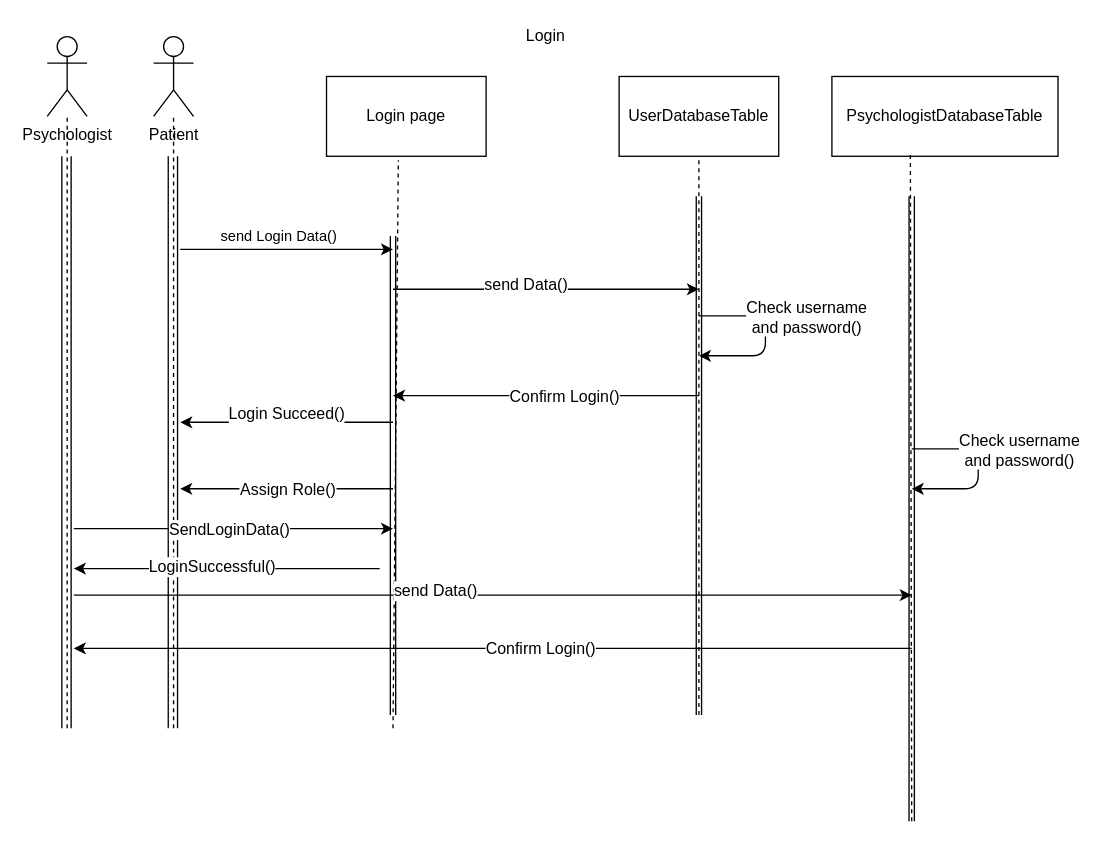
Before: Sequence Diagram/UserLoginSD.drawio in mohammadamir98/Sama_sw1, a draw.io diagram. Source tidied: cells renumbered, new cells numbered last; positions are measured from the earlier drawing's top-left corner, leaving out a move shared by most shapes. Both pictures are drawn from the tidied source at 133%, with x=0, y=0 at pixel (47, 23).
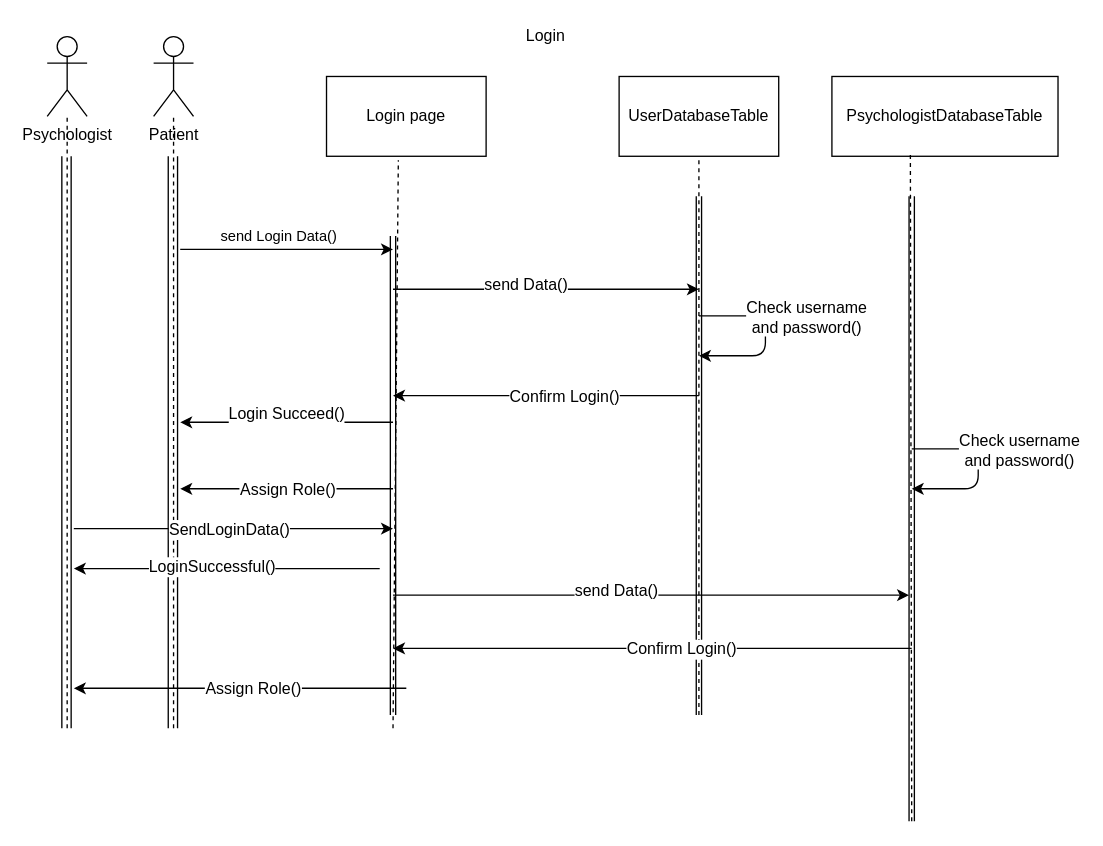
After the change.

Change to the diagram source:
```diff
@@
     <mxCell id="35" style="endArrow=classic;html=1;" parent="1" edge="1">
       <mxGeometry relative="1" as="geometry">
-        <mxPoint x="20" y="430" as="sourcePoint" />
-        <mxPoint x="650" y="430" as="targetPoint" />
+        <mxPoint x="260" y="430" as="sourcePoint" />
+        <mxPoint x="648" y="430" as="targetPoint" />
       </mxGeometry>
     </mxCell>
@@
     <mxCell id="37" style="endArrow=classic;html=1;" parent="1" edge="1">
       <mxGeometry relative="1" as="geometry">
         <mxPoint x="650" y="470" as="sourcePoint" />
-        <mxPoint x="20" y="470" as="targetPoint" />
+        <mxPoint x="260" y="470" as="targetPoint" />
       </mxGeometry>
     </mxCell>
@@
+    <mxCell id="39" style="endArrow=classic;html=1;" parent="1" edge="1">
+      <mxGeometry relative="1" as="geometry">
+        <mxPoint x="270" y="500" as="sourcePoint" />
+        <mxPoint x="20" y="500" as="targetPoint" />
+      </mxGeometry>
+    </mxCell>
+    <mxCell id="40" value="Assign Role()" style="text;html=1;align=center;verticalAlign=middle;labelBackgroundColor=#ffffff;" parent="39" vertex="1">
+      <mxGeometry x="-0.19" y="2" relative="1" as="geometry">
+        <mxPoint x="-15" y="-2" as="offset" />
+      </mxGeometry>
+    </mxCell>
```
